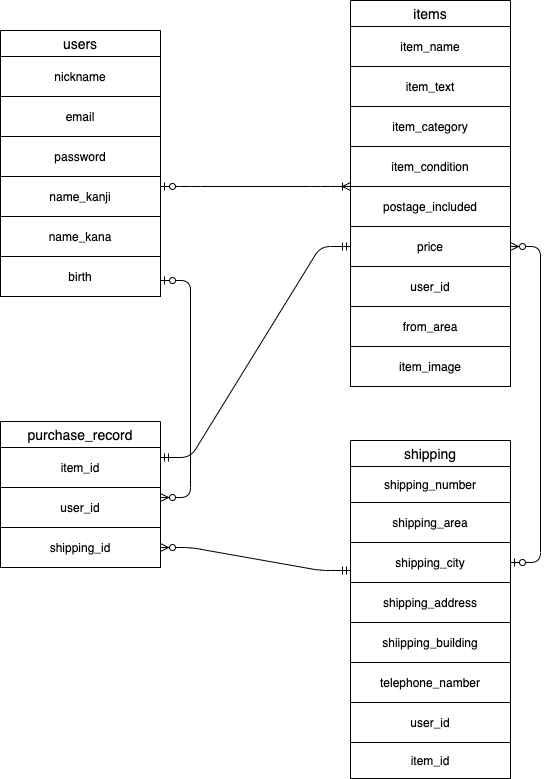
Before: config/test.png, a diagram exported from draw.io (EIJIKUROKAWA/furima-37290). Source tidied: cells renumbered, new cells last; positions are measured from the earlier drawing's top-left corner, leaving out a move shared by most shapes.
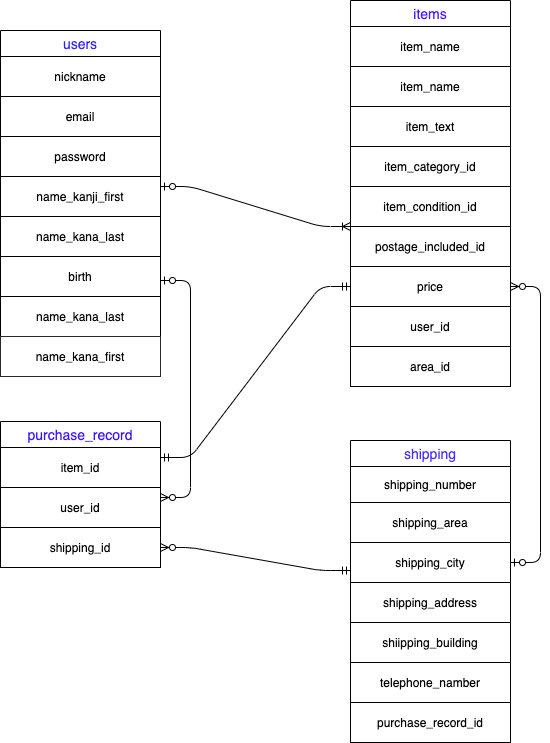
After the change.

The edit, as a diff of the source:
```diff
@@ -2,8 +2,8 @@
   <root>
     <mxCell id="0" />
     <mxCell id="1" parent="0" />
-    <mxCell id="2" value="users" style="swimlane;fontStyle=0;horizontal=1;startSize=26;align=center;fontSize=14;" parent="1" vertex="1">
-      <mxGeometry y="30" width="160" height="266" as="geometry" />
+    <mxCell id="2" value="users" style="swimlane;fontStyle=0;horizontal=1;startSize=26;align=center;fontSize=14;fontColor=#3224FF;" parent="1" vertex="1">
+      <mxGeometry y="30" width="160" height="346" as="geometry" />
     </mxCell>
     <mxCell id="3" value="nickname" style="whiteSpace=wrap;html=1;align=center;" parent="2" vertex="1">
       <mxGeometry y="26" width="160" height="40" as="geometry" />
@@ -14,47 +14,53 @@
     <mxCell id="5" value="password&lt;br&gt;" style="whiteSpace=wrap;html=1;align=center;" parent="2" vertex="1">
       <mxGeometry y="106" width="160" height="40" as="geometry" />
     </mxCell>
-    <mxCell id="6" value="name_kanji" style="whiteSpace=wrap;html=1;align=center;" parent="2" vertex="1">
+    <mxCell id="6" value="name_kanji_first" style="whiteSpace=wrap;html=1;align=center;" parent="2" vertex="1">
       <mxGeometry y="146" width="160" height="40" as="geometry" />
     </mxCell>
-    <mxCell id="7" value="name_kana" style="whiteSpace=wrap;html=1;align=center;" parent="2" vertex="1">
+    <mxCell id="7" value="name_kana_last" style="whiteSpace=wrap;html=1;align=center;" parent="2" vertex="1">
       <mxGeometry y="186" width="160" height="40" as="geometry" />
     </mxCell>
     <mxCell id="8" value="birth" style="whiteSpace=wrap;html=1;align=center;" parent="2" vertex="1">
       <mxGeometry y="226" width="160" height="40" as="geometry" />
     </mxCell>
+    <mxCell id="38" value="name_kana_last" style="whiteSpace=wrap;html=1;align=center;" parent="2" vertex="1">
+      <mxGeometry y="266" width="160" height="40" as="geometry" />
+    </mxCell>
+    <mxCell id="39" value="&lt;font color=&quot;#000000&quot;&gt;name_kana_first&lt;/font&gt;" style="whiteSpace=wrap;html=1;align=center;fontColor=#4A2EFF;strokeColor=#292929;" parent="2" vertex="1">
+      <mxGeometry y="306" width="160" height="40" as="geometry" />
+    </mxCell>
-    <mxCell id="9" value="items" style="swimlane;fontStyle=0;horizontal=1;startSize=26;align=center;fontSize=14;" parent="1" vertex="1">
+    <mxCell id="9" value="items" style="swimlane;fontStyle=0;horizontal=1;startSize=26;align=center;fontSize=14;fontColor=#4719FF;" parent="1" vertex="1">
       <mxGeometry x="350" width="160" height="386" as="geometry" />
     </mxCell>
     <mxCell id="10" value="item_name" style="whiteSpace=wrap;html=1;align=center;" parent="9" vertex="1">
       <mxGeometry y="26" width="160" height="40" as="geometry" />
     </mxCell>
+    <mxCell id="40" value="item_name" style="whiteSpace=wrap;html=1;align=center;" parent="9" vertex="1">
+      <mxGeometry y="66" width="160" height="40" as="geometry" />
+    </mxCell>
     <mxCell id="11" value="item_text" style="whiteSpace=wrap;html=1;align=center;" parent="9" vertex="1">
-      <mxGeometry y="66" width="160" height="40" as="geometry" />
+      <mxGeometry y="106" width="160" height="40" as="geometry" />
     </mxCell>
-    <mxCell id="12" value="item_category" style="whiteSpace=wrap;html=1;align=center;" parent="9" vertex="1">
-      <mxGeometry y="106" width="160" height="40" as="geometry" />
+    <mxCell id="12" value="item_category_id" style="whiteSpace=wrap;html=1;align=center;" parent="9" vertex="1">
+      <mxGeometry y="146" width="160" height="40" as="geometry" />
     </mxCell>
-    <mxCell id="13" value="item_condition" style="whiteSpace=wrap;html=1;align=center;" parent="9" vertex="1">
-      <mxGeometry y="146" width="160" height="40" as="geometry" />
+    <mxCell id="13" value="item_condition_id" style="whiteSpace=wrap;html=1;align=center;" parent="9" vertex="1">
+      <mxGeometry y="186" width="160" height="40" as="geometry" />
     </mxCell>
-    <mxCell id="14" value="postage_included" style="whiteSpace=wrap;html=1;align=center;" parent="9" vertex="1">
-      <mxGeometry y="186" width="160" height="40" as="geometry" />
+    <mxCell id="14" value="postage_included_id" style="whiteSpace=wrap;html=1;align=center;" parent="9" vertex="1">
+      <mxGeometry y="226" width="160" height="40" as="geometry" />
     </mxCell>
     <mxCell id="15" value="price" style="whiteSpace=wrap;html=1;align=center;" parent="9" vertex="1">
-      <mxGeometry y="226" width="160" height="40" as="geometry" />
+      <mxGeometry y="266" width="160" height="40" as="geometry" />
     </mxCell>
     <mxCell id="16" value="user_id" style="whiteSpace=wrap;html=1;align=center;" parent="9" vertex="1">
-      <mxGeometry y="266" width="160" height="40" as="geometry" />
+      <mxGeometry y="306" width="160" height="40" as="geometry" />
     </mxCell>
-    <mxCell id="17" value="from_area" style="whiteSpace=wrap;html=1;align=center;" parent="9" vertex="1">
-      <mxGeometry y="306" width="160" height="40" as="geometry" />
+    <mxCell id="17" value="area_id" style="whiteSpace=wrap;html=1;align=center;" parent="9" vertex="1">
+      <mxGeometry y="346" width="160" height="40" as="geometry" />
     </mxCell>
-    <mxCell id="18" value="item_image" style="whiteSpace=wrap;html=1;align=center;" parent="9" vertex="1">
-      <mxGeometry y="346" width="160" height="40" as="geometry" />
-    </mxCell>
-    <mxCell id="19" value="shipping" style="swimlane;fontStyle=0;horizontal=1;startSize=26;align=center;fontSize=14;" parent="1" vertex="1">
-      <mxGeometry x="350" y="440" width="160" height="338" as="geometry" />
+    <mxCell id="19" value="shipping" style="swimlane;fontStyle=0;horizontal=1;startSize=26;align=center;fontSize=14;fontColor=#4A2EFF;" parent="1" vertex="1">
+      <mxGeometry x="350" y="440" width="160" height="302" as="geometry" />
     </mxCell>
     <mxCell id="20" value="shipping_number" style="whiteSpace=wrap;html=1;align=center;" parent="19" vertex="1">
       <mxGeometry y="26" width="160" height="36" as="geometry" />
@@ -74,19 +80,16 @@
     <mxCell id="25" value="telephone_namber" style="whiteSpace=wrap;html=1;align=center;" parent="19" vertex="1">
       <mxGeometry y="222" width="160" height="40" as="geometry" />
     </mxCell>
-    <mxCell id="26" value="user_id" style="whiteSpace=wrap;html=1;align=center;" parent="19" vertex="1">
+    <mxCell id="26" value="purchase_record_id" style="whiteSpace=wrap;html=1;align=center;" parent="19" vertex="1">
       <mxGeometry y="262" width="160" height="40" as="geometry" />
     </mxCell>
-    <mxCell id="27" value="item_id" style="whiteSpace=wrap;html=1;align=center;" parent="19" vertex="1">
-      <mxGeometry y="302" width="160" height="36" as="geometry" />
-    </mxCell>
     <mxCell id="28" style="edgeStyle=entityRelationEdgeStyle;fontSize=12;html=1;endArrow=ERoneToMany;startArrow=ERzeroToOne;exitX=1;exitY=0.25;exitDx=0;exitDy=0;entryX=0;entryY=0;entryDx=0;entryDy=0;" parent="1" edge="1" source="6" target="14">
       <mxGeometry relative="1" as="geometry" />
     </mxCell>
     <mxCell id="29" style="edgeStyle=entityRelationEdgeStyle;fontSize=12;html=1;endArrow=ERzeroToMany;startArrow=ERzeroToOne;" parent="1" edge="1" source="22" target="15">
       <mxGeometry relative="1" as="geometry" />
     </mxCell>
-    <mxCell id="30" value="purchase_record" style="swimlane;fontStyle=0;horizontal=1;startSize=26;align=center;fontSize=14;" parent="1" vertex="1">
+    <mxCell id="30" value="purchase_record" style="swimlane;fontStyle=0;horizontal=1;startSize=26;align=center;fontSize=14;labelBorderColor=none;fontColor=#3C14FF;" parent="1" vertex="1">
       <mxGeometry y="421" width="160" height="146" as="geometry" />
     </mxCell>
     <mxCell id="31" value="item_id" style="whiteSpace=wrap;html=1;align=center;" parent="30" vertex="1">
```
